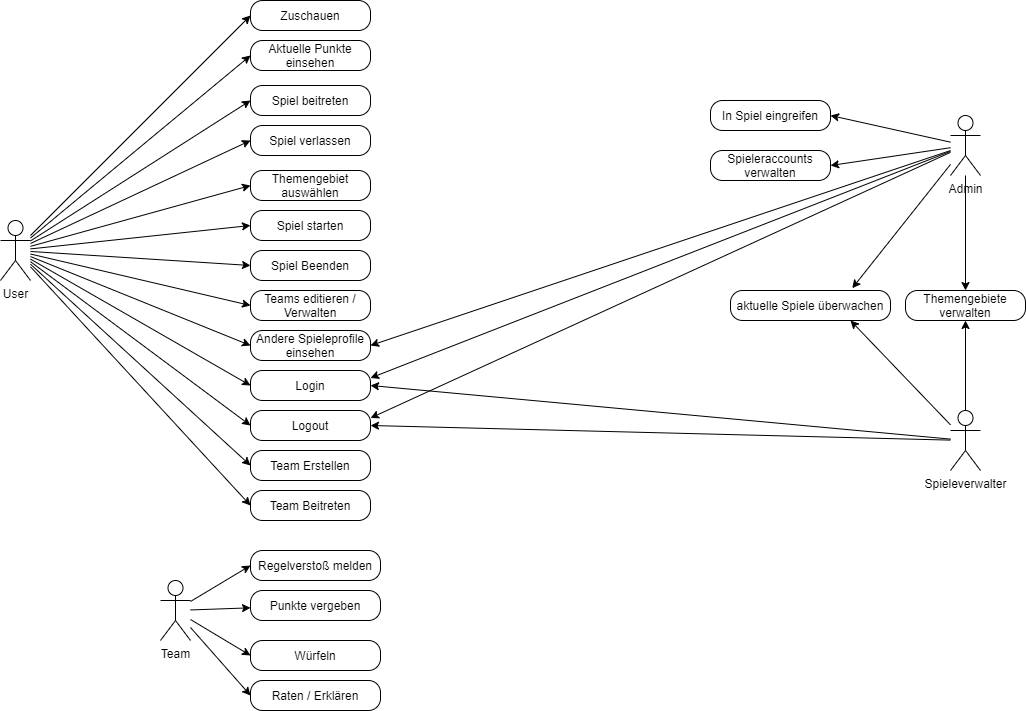
Above: documentation/UseCase.png in BeyerMart/softwareEngineeringClass-timeGuessGame (draw.io), before the change. Source tidied: cells renumbered, new cells last; positions are measured from the earlier drawing's top-left corner, leaving out a move shared by most shapes. Its diagram source:
```xml
<mxGraphModel>
  <root>
    <mxCell id="0" />
    <mxCell id="1" parent="0" />
    <mxCell id="2" style="edgeStyle=none;rounded=0;jettySize=auto;html=1;entryX=0;entryY=0.5;entryDx=0;entryDy=0;" parent="1" edge="1" source="15" target="40">
      <mxGeometry relative="1" as="geometry" />
    </mxCell>
    <mxCell id="3" style="edgeStyle=none;rounded=0;jettySize=auto;html=1;entryX=0;entryY=0.5;entryDx=0;entryDy=0;" parent="1" edge="1" source="15" target="37">
      <mxGeometry relative="1" as="geometry" />
    </mxCell>
    <mxCell id="4" style="edgeStyle=none;rounded=0;jettySize=auto;html=1;entryX=0;entryY=0.5;entryDx=0;entryDy=0;" parent="1" edge="1" source="15" target="36">
      <mxGeometry relative="1" as="geometry" />
    </mxCell>
    <mxCell id="5" style="edgeStyle=none;rounded=0;jettySize=auto;html=1;entryX=0;entryY=0.5;entryDx=0;entryDy=0;" parent="1" edge="1" source="15" target="24">
      <mxGeometry relative="1" as="geometry" />
    </mxCell>
    <mxCell id="6" style="edgeStyle=none;rounded=0;jettySize=auto;html=1;entryX=0;entryY=0.5;entryDx=0;entryDy=0;" parent="1" edge="1" source="15" target="23">
      <mxGeometry relative="1" as="geometry" />
    </mxCell>
    <mxCell id="7" style="edgeStyle=none;rounded=0;jettySize=auto;html=1;entryX=0;entryY=0.5;entryDx=0;entryDy=0;" parent="1" edge="1" source="15" target="21">
      <mxGeometry relative="1" as="geometry" />
    </mxCell>
    <mxCell id="8" style="edgeStyle=none;rounded=0;jettySize=auto;html=1;entryX=0;entryY=0.5;entryDx=0;entryDy=0;" parent="1" edge="1" source="15" target="22">
      <mxGeometry relative="1" as="geometry" />
    </mxCell>
    <mxCell id="9" style="edgeStyle=none;rounded=0;jettySize=auto;html=1;entryX=0;entryY=0.5;entryDx=0;entryDy=0;" parent="1" edge="1" source="15" target="47">
      <mxGeometry relative="1" as="geometry" />
    </mxCell>
    <mxCell id="10" style="edgeStyle=none;rounded=0;jettySize=auto;html=1;entryX=0;entryY=0.5;entryDx=0;entryDy=0;" parent="1" edge="1" source="15" target="48">
      <mxGeometry relative="1" as="geometry" />
    </mxCell>
    <mxCell id="11" style="edgeStyle=none;rounded=0;jettySize=auto;html=1;entryX=0;entryY=0.5;entryDx=0;entryDy=0;" parent="1" edge="1" source="15" target="50">
      <mxGeometry relative="1" as="geometry" />
    </mxCell>
    <mxCell id="12" style="edgeStyle=none;rounded=0;jettySize=auto;html=1;entryX=0;entryY=0.5;entryDx=0;entryDy=0;" parent="1" edge="1" source="15" target="51">
      <mxGeometry relative="1" as="geometry" />
    </mxCell>
    <mxCell id="13" style="edgeStyle=none;rounded=0;jettySize=auto;html=1;entryX=0;entryY=0.5;entryDx=0;entryDy=0;" parent="1" edge="1" source="15" target="53">
      <mxGeometry relative="1" as="geometry" />
    </mxCell>
    <mxCell id="14" style="edgeStyle=none;rounded=0;jettySize=auto;html=1;entryX=0;entryY=0.5;entryDx=0;entryDy=0;" parent="1" edge="1" source="15" target="54">
      <mxGeometry relative="1" as="geometry" />
    </mxCell>
    <mxCell id="15" value="User" style="shape=umlActor;verticalLabelPosition=bottom;verticalAlign=top;html=1;outlineConnect=0;" parent="1" vertex="1">
      <mxGeometry y="220" width="30" height="60" as="geometry" />
    </mxCell>
    <mxCell id="16" style="edgeStyle=none;rounded=0;jettySize=auto;html=1;entryX=0;entryY=0.5;entryDx=0;entryDy=0;" parent="1" edge="1" source="20" target="26">
      <mxGeometry relative="1" as="geometry" />
    </mxCell>
    <mxCell id="17" style="edgeStyle=none;rounded=0;jettySize=auto;html=1;" parent="1" edge="1" source="20" target="27">
      <mxGeometry relative="1" as="geometry" />
    </mxCell>
    <mxCell id="18" style="edgeStyle=none;rounded=0;jettySize=auto;html=1;entryX=0;entryY=0.5;entryDx=0;entryDy=0;" parent="1" edge="1" source="20" target="25">
      <mxGeometry relative="1" as="geometry" />
    </mxCell>
    <mxCell id="19" style="edgeStyle=none;rounded=0;jettySize=auto;html=1;entryX=0;entryY=0.5;entryDx=0;entryDy=0;" parent="1" edge="1" source="20" target="41">
      <mxGeometry relative="1" as="geometry" />
    </mxCell>
    <mxCell id="20" value="Team" style="shape=umlActor;verticalLabelPosition=bottom;verticalAlign=top;html=1;outlineConnect=0;" parent="1" vertex="1">
      <mxGeometry x="160" y="580" width="30" height="60" as="geometry" />
    </mxCell>
    <mxCell id="21" value="Login" style="rounded=1;whiteSpace=wrap;html=1;arcSize=40;" parent="1" vertex="1">
      <mxGeometry x="250" y="370" width="120" height="30" as="geometry" />
    </mxCell>
    <mxCell id="22" value="Logout" style="rounded=1;whiteSpace=wrap;html=1;arcSize=40;" parent="1" vertex="1">
      <mxGeometry x="250" y="410" width="120" height="30" as="geometry" />
    </mxCell>
    <mxCell id="23" value="Spiel beitreten" style="rounded=1;whiteSpace=wrap;html=1;arcSize=40;" parent="1" vertex="1">
      <mxGeometry x="250" y="85" width="120" height="30" as="geometry" />
    </mxCell>
    <mxCell id="24" value="Spiel verlassen" style="rounded=1;whiteSpace=wrap;html=1;arcSize=40;" parent="1" vertex="1">
      <mxGeometry x="250" y="125" width="120" height="30" as="geometry" />
    </mxCell>
    <mxCell id="25" value="Würfeln" style="rounded=1;whiteSpace=wrap;html=1;arcSize=40;" parent="1" vertex="1">
      <mxGeometry x="250" y="640" width="130" height="30" as="geometry" />
    </mxCell>
    <mxCell id="26" value="Regelverstoß melden" style="rounded=1;whiteSpace=wrap;html=1;arcSize=40;" parent="1" vertex="1">
      <mxGeometry x="250" y="550" width="130" height="30" as="geometry" />
    </mxCell>
    <mxCell id="27" value="Punkte vergeben" style="rounded=1;whiteSpace=wrap;html=1;arcSize=40;" parent="1" vertex="1">
      <mxGeometry x="250" y="590" width="130" height="30" as="geometry" />
    </mxCell>
    <mxCell id="28" style="rounded=0;jettySize=auto;html=1;entryX=1;entryY=0.5;entryDx=0;entryDy=0;" parent="1" edge="1" source="35" target="40">
      <mxGeometry relative="1" as="geometry" />
    </mxCell>
    <mxCell id="29" style="edgeStyle=none;rounded=0;jettySize=auto;html=1;entryX=0.5;entryY=0;entryDx=0;entryDy=0;" parent="1" edge="1" source="35" target="38">
      <mxGeometry relative="1" as="geometry" />
    </mxCell>
    <mxCell id="30" style="edgeStyle=none;rounded=0;jettySize=auto;html=1;entryX=1;entryY=0.5;entryDx=0;entryDy=0;" parent="1" edge="1" source="35" target="39">
      <mxGeometry relative="1" as="geometry" />
    </mxCell>
    <mxCell id="31" style="edgeStyle=none;rounded=0;jettySize=auto;html=1;entryX=1;entryY=0.25;entryDx=0;entryDy=0;" parent="1" edge="1" source="35" target="21">
      <mxGeometry relative="1" as="geometry" />
    </mxCell>
    <mxCell id="32" style="edgeStyle=none;rounded=0;jettySize=auto;html=1;entryX=1;entryY=0.25;entryDx=0;entryDy=0;" parent="1" edge="1" source="35" target="22">
      <mxGeometry relative="1" as="geometry" />
    </mxCell>
    <mxCell id="33" style="edgeStyle=none;rounded=0;jettySize=auto;html=1;entryX=0.761;entryY=-0.077;entryDx=0;entryDy=0;entryPerimeter=0;" parent="1" edge="1" source="35" target="49">
      <mxGeometry relative="1" as="geometry" />
    </mxCell>
    <mxCell id="34" style="edgeStyle=none;rounded=0;jettySize=auto;html=1;entryX=1;entryY=0.5;entryDx=0;entryDy=0;" parent="1" edge="1" source="35" target="52">
      <mxGeometry relative="1" as="geometry" />
    </mxCell>
    <mxCell id="35" value="Admin" style="shape=umlActor;verticalLabelPosition=bottom;verticalAlign=top;html=1;outlineConnect=0;" parent="1" vertex="1">
      <mxGeometry x="950" y="115" width="30" height="60" as="geometry" />
    </mxCell>
    <mxCell id="36" value="Themengebiet auswählen" style="rounded=1;whiteSpace=wrap;html=1;arcSize=40;" parent="1" vertex="1">
      <mxGeometry x="250" y="170" width="120" height="30" as="geometry" />
    </mxCell>
    <mxCell id="37" value="Spiel starten" style="rounded=1;whiteSpace=wrap;html=1;arcSize=40;" parent="1" vertex="1">
      <mxGeometry x="250" y="210" width="120" height="30" as="geometry" />
    </mxCell>
    <mxCell id="38" value="Themengebiete verwalten" style="rounded=1;whiteSpace=wrap;html=1;arcSize=40;" parent="1" vertex="1">
      <mxGeometry x="905" y="290" width="120" height="30" as="geometry" />
    </mxCell>
    <mxCell id="39" value="Spieleraccounts verwalten" style="rounded=1;whiteSpace=wrap;html=1;arcSize=40;" parent="1" vertex="1">
      <mxGeometry x="710" y="150" width="120" height="30" as="geometry" />
    </mxCell>
    <mxCell id="40" value="Andere Spieleprofile einsehen" style="rounded=1;whiteSpace=wrap;html=1;arcSize=40;" parent="1" vertex="1">
      <mxGeometry x="250" y="330" width="120" height="30" as="geometry" />
    </mxCell>
    <mxCell id="41" value="Raten / Erklären" style="rounded=1;whiteSpace=wrap;html=1;arcSize=40;" parent="1" vertex="1">
      <mxGeometry x="250" y="680" width="130" height="30" as="geometry" />
    </mxCell>
    <mxCell id="42" style="edgeStyle=none;rounded=0;jettySize=auto;html=1;entryX=0.5;entryY=1;entryDx=0;entryDy=0;" parent="1" edge="1" source="46" target="38">
      <mxGeometry relative="1" as="geometry" />
    </mxCell>
    <mxCell id="43" style="edgeStyle=none;rounded=0;jettySize=auto;html=1;entryX=1;entryY=0.5;entryDx=0;entryDy=0;" parent="1" edge="1" source="46" target="21">
      <mxGeometry relative="1" as="geometry" />
    </mxCell>
    <mxCell id="44" style="edgeStyle=none;rounded=0;jettySize=auto;html=1;entryX=1;entryY=0.5;entryDx=0;entryDy=0;" parent="1" edge="1" source="46" target="22">
      <mxGeometry relative="1" as="geometry" />
    </mxCell>
    <mxCell id="45" style="edgeStyle=none;rounded=0;jettySize=auto;html=1;entryX=0.75;entryY=1;entryDx=0;entryDy=0;" parent="1" edge="1" source="46" target="49">
      <mxGeometry relative="1" as="geometry" />
    </mxCell>
    <mxCell id="46" value="Spieleverwalter" style="shape=umlActor;verticalLabelPosition=bottom;verticalAlign=top;html=1;outlineConnect=0;" parent="1" vertex="1">
      <mxGeometry x="950" y="410" width="30" height="60" as="geometry" />
    </mxCell>
    <mxCell id="47" value="Team Erstellen" style="rounded=1;whiteSpace=wrap;html=1;arcSize=40;" parent="1" vertex="1">
      <mxGeometry x="250" y="450" width="120" height="30" as="geometry" />
    </mxCell>
    <mxCell id="48" value="Team Beitreten" style="rounded=1;whiteSpace=wrap;html=1;arcSize=40;" parent="1" vertex="1">
      <mxGeometry x="250" y="490" width="120" height="30" as="geometry" />
    </mxCell>
    <mxCell id="49" value="aktuelle Spiele überwachen" style="rounded=1;whiteSpace=wrap;html=1;arcSize=40;" parent="1" vertex="1">
      <mxGeometry x="730" y="290" width="160" height="30" as="geometry" />
    </mxCell>
    <mxCell id="50" value="Spiel Beenden" style="rounded=1;whiteSpace=wrap;html=1;arcSize=40;" parent="1" vertex="1">
      <mxGeometry x="250" y="250" width="120" height="30" as="geometry" />
    </mxCell>
    <mxCell id="51" value="Teams editieren / Verwalten" style="rounded=1;whiteSpace=wrap;html=1;arcSize=40;" parent="1" vertex="1">
      <mxGeometry x="250" y="290" width="120" height="30" as="geometry" />
    </mxCell>
    <mxCell id="52" value="In Spiel eingreifen" style="rounded=1;whiteSpace=wrap;html=1;arcSize=40;" parent="1" vertex="1">
      <mxGeometry x="710" y="100" width="120" height="30" as="geometry" />
    </mxCell>
    <mxCell id="53" value="Aktuelle Punkte einsehen" style="rounded=1;whiteSpace=wrap;html=1;arcSize=40;" parent="1" vertex="1">
      <mxGeometry x="250" y="40" width="120" height="30" as="geometry" />
    </mxCell>
    <mxCell id="54" value="Zuschauen" style="rounded=1;whiteSpace=wrap;html=1;arcSize=40;" parent="1" vertex="1">
      <mxGeometry x="250" width="120" height="30" as="geometry" />
    </mxCell>
  </root>
</mxGraphModel>
```
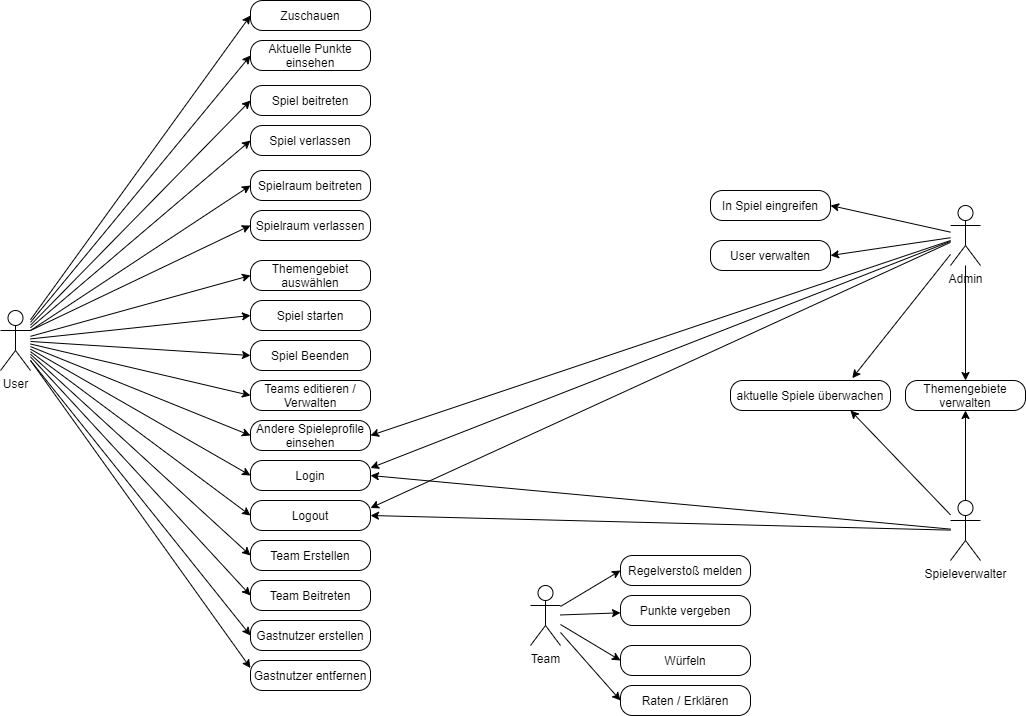
Later version of the same file.

Commit message:
Add user details to use case diagram

What changed in the source:
```diff
@@ -57,7 +57,7 @@
       <mxGeometry relative="1" as="geometry" />
     </mxCell>
     <mxCell id="20" value="Team" style="shape=umlActor;verticalLabelPosition=bottom;verticalAlign=top;html=1;outlineConnect=0;" parent="1" vertex="1">
-      <mxGeometry x="160" y="580" width="30" height="60" as="geometry" />
+      <mxGeometry x="530" y="495" width="30" height="60" as="geometry" />
     </mxCell>
     <mxCell id="21" value="Login" style="rounded=1;whiteSpace=wrap;html=1;arcSize=40;" parent="1" vertex="1">
       <mxGeometry x="250" y="370" width="120" height="30" as="geometry" />
@@ -66,19 +66,19 @@
       <mxGeometry x="250" y="410" width="120" height="30" as="geometry" />
     </mxCell>
     <mxCell id="23" value="Spiel beitreten" style="rounded=1;whiteSpace=wrap;html=1;arcSize=40;" parent="1" vertex="1">
-      <mxGeometry x="250" y="85" width="120" height="30" as="geometry" />
+      <mxGeometry x="250" y="-5" width="120" height="30" as="geometry" />
     </mxCell>
     <mxCell id="24" value="Spiel verlassen" style="rounded=1;whiteSpace=wrap;html=1;arcSize=40;" parent="1" vertex="1">
-      <mxGeometry x="250" y="125" width="120" height="30" as="geometry" />
+      <mxGeometry x="250" y="35" width="120" height="30" as="geometry" />
     </mxCell>
     <mxCell id="25" value="Würfeln" style="rounded=1;whiteSpace=wrap;html=1;arcSize=40;" parent="1" vertex="1">
-      <mxGeometry x="250" y="640" width="130" height="30" as="geometry" />
+      <mxGeometry x="620" y="555" width="130" height="30" as="geometry" />
     </mxCell>
     <mxCell id="26" value="Regelverstoß melden" style="rounded=1;whiteSpace=wrap;html=1;arcSize=40;" parent="1" vertex="1">
-      <mxGeometry x="250" y="550" width="130" height="30" as="geometry" />
+      <mxGeometry x="620" y="465" width="130" height="30" as="geometry" />
     </mxCell>
     <mxCell id="27" value="Punkte vergeben" style="rounded=1;whiteSpace=wrap;html=1;arcSize=40;" parent="1" vertex="1">
-      <mxGeometry x="250" y="590" width="130" height="30" as="geometry" />
+      <mxGeometry x="620" y="505" width="130" height="30" as="geometry" />
     </mxCell>
     <mxCell id="28" style="rounded=0;jettySize=auto;html=1;entryX=1;entryY=0.5;entryDx=0;entryDy=0;" parent="1" edge="1" source="35" target="40">
       <mxGeometry relative="1" as="geometry" />
@@ -113,14 +113,14 @@
     <mxCell id="38" value="Themengebiete verwalten" style="rounded=1;whiteSpace=wrap;html=1;arcSize=40;" parent="1" vertex="1">
       <mxGeometry x="905" y="290" width="120" height="30" as="geometry" />
     </mxCell>
-    <mxCell id="39" value="Spieleraccounts verwalten" style="rounded=1;whiteSpace=wrap;html=1;arcSize=40;" parent="1" vertex="1">
+    <mxCell id="39" value="User verwalten" style="rounded=1;whiteSpace=wrap;html=1;arcSize=40;" parent="1" vertex="1">
       <mxGeometry x="710" y="150" width="120" height="30" as="geometry" />
     </mxCell>
     <mxCell id="40" value="Andere Spieleprofile einsehen" style="rounded=1;whiteSpace=wrap;html=1;arcSize=40;" parent="1" vertex="1">
       <mxGeometry x="250" y="330" width="120" height="30" as="geometry" />
     </mxCell>
     <mxCell id="41" value="Raten / Erklären" style="rounded=1;whiteSpace=wrap;html=1;arcSize=40;" parent="1" vertex="1">
-      <mxGeometry x="250" y="680" width="130" height="30" as="geometry" />
+      <mxGeometry x="620" y="595" width="130" height="30" as="geometry" />
     </mxCell>
     <mxCell id="42" style="edgeStyle=none;rounded=0;jettySize=auto;html=1;entryX=0.5;entryY=1;entryDx=0;entryDy=0;" parent="1" edge="1" source="46" target="38">
       <mxGeometry relative="1" as="geometry" />
@@ -156,10 +156,38 @@
       <mxGeometry x="710" y="100" width="120" height="30" as="geometry" />
     </mxCell>
     <mxCell id="53" value="Aktuelle Punkte einsehen" style="rounded=1;whiteSpace=wrap;html=1;arcSize=40;" parent="1" vertex="1">
-      <mxGeometry x="250" y="40" width="120" height="30" as="geometry" />
+      <mxGeometry x="250" y="-50" width="120" height="30" as="geometry" />
     </mxCell>
     <mxCell id="54" value="Zuschauen" style="rounded=1;whiteSpace=wrap;html=1;arcSize=40;" parent="1" vertex="1">
-      <mxGeometry x="250" width="120" height="30" as="geometry" />
+      <mxGeometry x="250" y="-90" width="120" height="30" as="geometry" />
     </mxCell>
+    <mxCell id="55" value="Spielraum beitreten" style="rounded=1;whiteSpace=wrap;html=1;arcSize=40;" parent="1" vertex="1">
+      <mxGeometry x="250" y="80" width="120" height="30" as="geometry" />
+    </mxCell>
+    <mxCell id="56" value="Spielraum verlassen" style="rounded=1;whiteSpace=wrap;html=1;arcSize=40;" parent="1" vertex="1">
+      <mxGeometry x="250" y="120" width="120" height="30" as="geometry" />
+    </mxCell>
+    <mxCell id="57" style="edgeStyle=none;rounded=0;jettySize=auto;html=1;entryX=0;entryY=0.5;entryDx=0;entryDy=0;exitX=1;exitY=0.3333333333333333;exitDx=0;exitDy=0;exitPerimeter=0;" parent="1" edge="1" source="15" target="55">
+      <mxGeometry relative="1" as="geometry" />
+    </mxCell>
+    <mxCell id="58" style="edgeStyle=none;rounded=0;jettySize=auto;html=1;entryX=0;entryY=0.5;entryDx=0;entryDy=0;exitX=1;exitY=0.3333333333333333;exitDx=0;exitDy=0;exitPerimeter=0;" parent="1" edge="1" source="15" target="56">
+      <mxGeometry relative="1" as="geometry" />
+    </mxCell>
+    <mxCell id="59" value="Gastnutzer erstellen" style="rounded=1;whiteSpace=wrap;html=1;arcSize=40;" parent="1" vertex="1">
+      <mxGeometry x="250" y="530" width="120" height="30" as="geometry" />
+    </mxCell>
+    <mxCell id="60" style="edgeStyle=none;rounded=0;jettySize=auto;html=1;entryX=0;entryY=0.5;entryDx=0;entryDy=0;" parent="1" edge="1" target="59">
+      <mxGeometry relative="1" as="geometry">
+        <mxPoint x="30" y="270" as="sourcePoint" />
+      </mxGeometry>
+    </mxCell>
+    <mxCell id="61" value="Gastnutzer entfernen" style="rounded=1;whiteSpace=wrap;html=1;arcSize=40;" parent="1" vertex="1">
+      <mxGeometry x="250" y="570" width="120" height="30" as="geometry" />
+    </mxCell>
+    <mxCell id="62" style="edgeStyle=none;rounded=0;jettySize=auto;html=1;entryX=0;entryY=0.25;entryDx=0;entryDy=0;" parent="1" edge="1" target="61">
+      <mxGeometry relative="1" as="geometry">
+        <mxPoint x="30" y="270" as="sourcePoint" />
+      </mxGeometry>
+    </mxCell>
   </root>
 </mxGraphModel>
```
